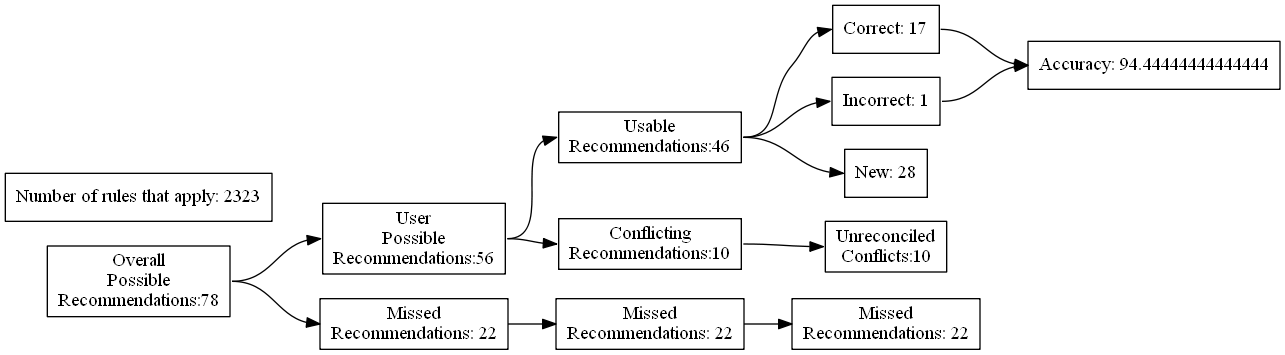
Above: test_renders/4.gv.png in ZaxR/ibd_diet_analysis (Graphviz), before the change. Its source is kept beside it as test_renders/4.gv. The source it was exported from:
```dot
digraph {
	graph [rankdir=LR]
	node [pos=r shape=box]
	edge [headport=w tailport=e]
		A [label="Overall
Possible
Recommendations:78"]
		B [label="User
Possible
Recommendations:56"]
		C [label="Missed
Recommendations: 22"]
		D [label="Usable
Recommendations:46"]
		E [label="Conflicting
Recommendations:10"]
		J [label="Missed
Recommendations: 22"]
		M [label="Unreconciled
Conflicts:10"]
		F [label="Correct: 17"]
		G [label="Incorrect: 1"]
		H [label="New: 28"]
		K [label="Missed
Recommendations: 22"]
		I [label="Accuracy: 94.44444444444444"]
		l [label="Number of rules that apply: 2323"]
			A -> B
			A -> C
			B -> D
			B -> E
			D -> F
			D -> G
			D -> H
			F -> I
			G -> I
			C -> J
			J -> K
			E -> M
}
```
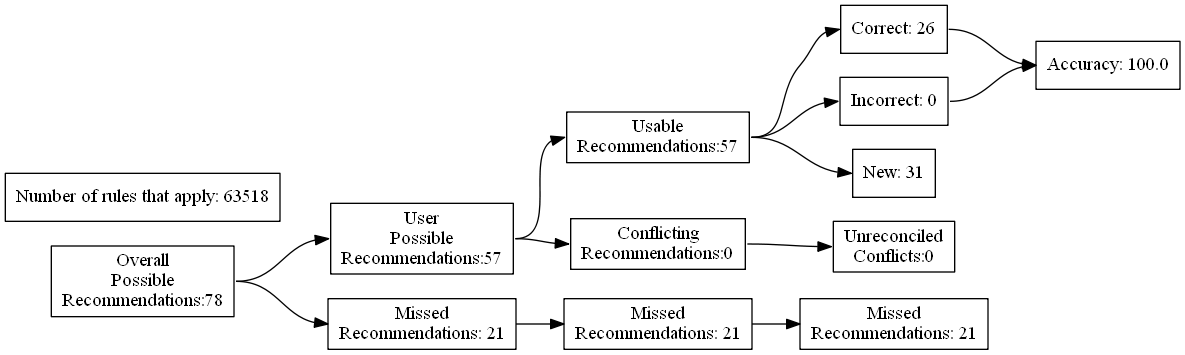
The same diagram one commit later.

What changed in the source:
```diff
@@ -7,24 +7,24 @@
 Recommendations:78"]
 		B [label="User
 Possible
-Recommendations:56"]
+Recommendations:57"]
 		C [label="Missed
-Recommendations: 22"]
+Recommendations: 21"]
 		D [label="Usable
-Recommendations:46"]
+Recommendations:57"]
 		E [label="Conflicting
-Recommendations:10"]
+Recommendations:0"]
 		J [label="Missed
-Recommendations: 22"]
+Recommendations: 21"]
 		M [label="Unreconciled
-Conflicts:10"]
-		F [label="Correct: 17"]
-		G [label="Incorrect: 1"]
-		H [label="New: 28"]
+Conflicts:0"]
+		F [label="Correct: 26"]
+		G [label="Incorrect: 0"]
+		H [label="New: 31"]
 		K [label="Missed
-Recommendations: 22"]
-		I [label="Accuracy: 94.44444444444444"]
-		l [label="Number of rules that apply: 2323"]
+Recommendations: 21"]
+		I [label="Accuracy: 100.0"]
+		l [label="Number of rules that apply: 63518"]
 			A -> B
 			A -> C
 			B -> D
```
